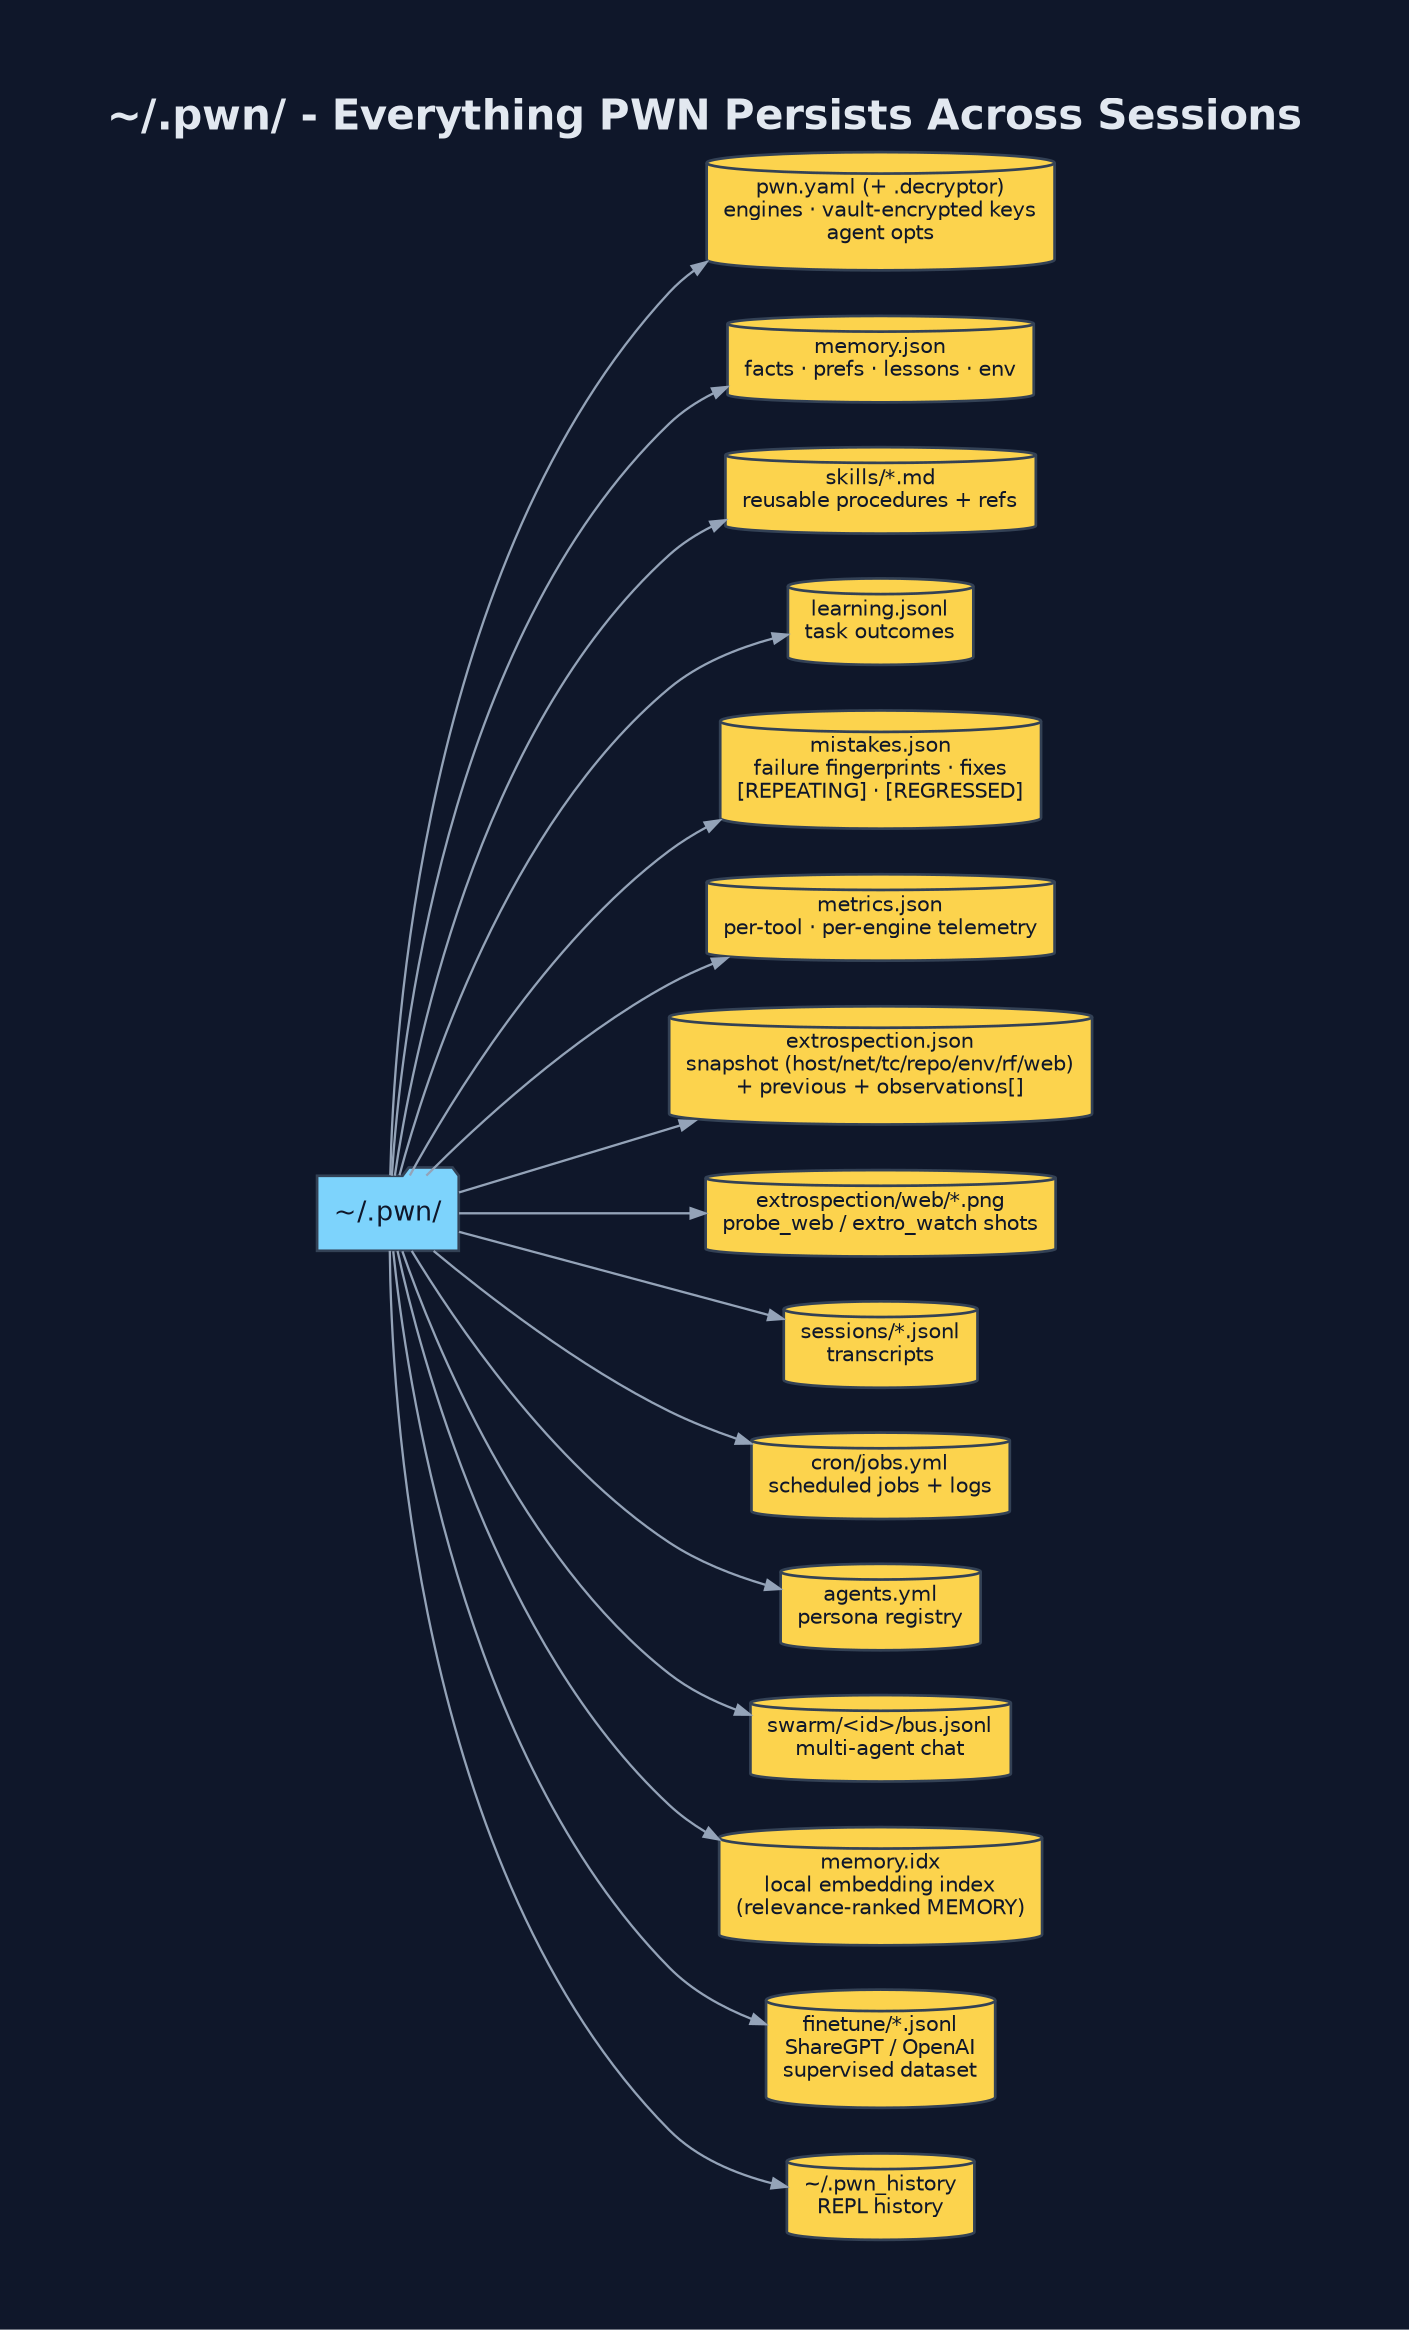
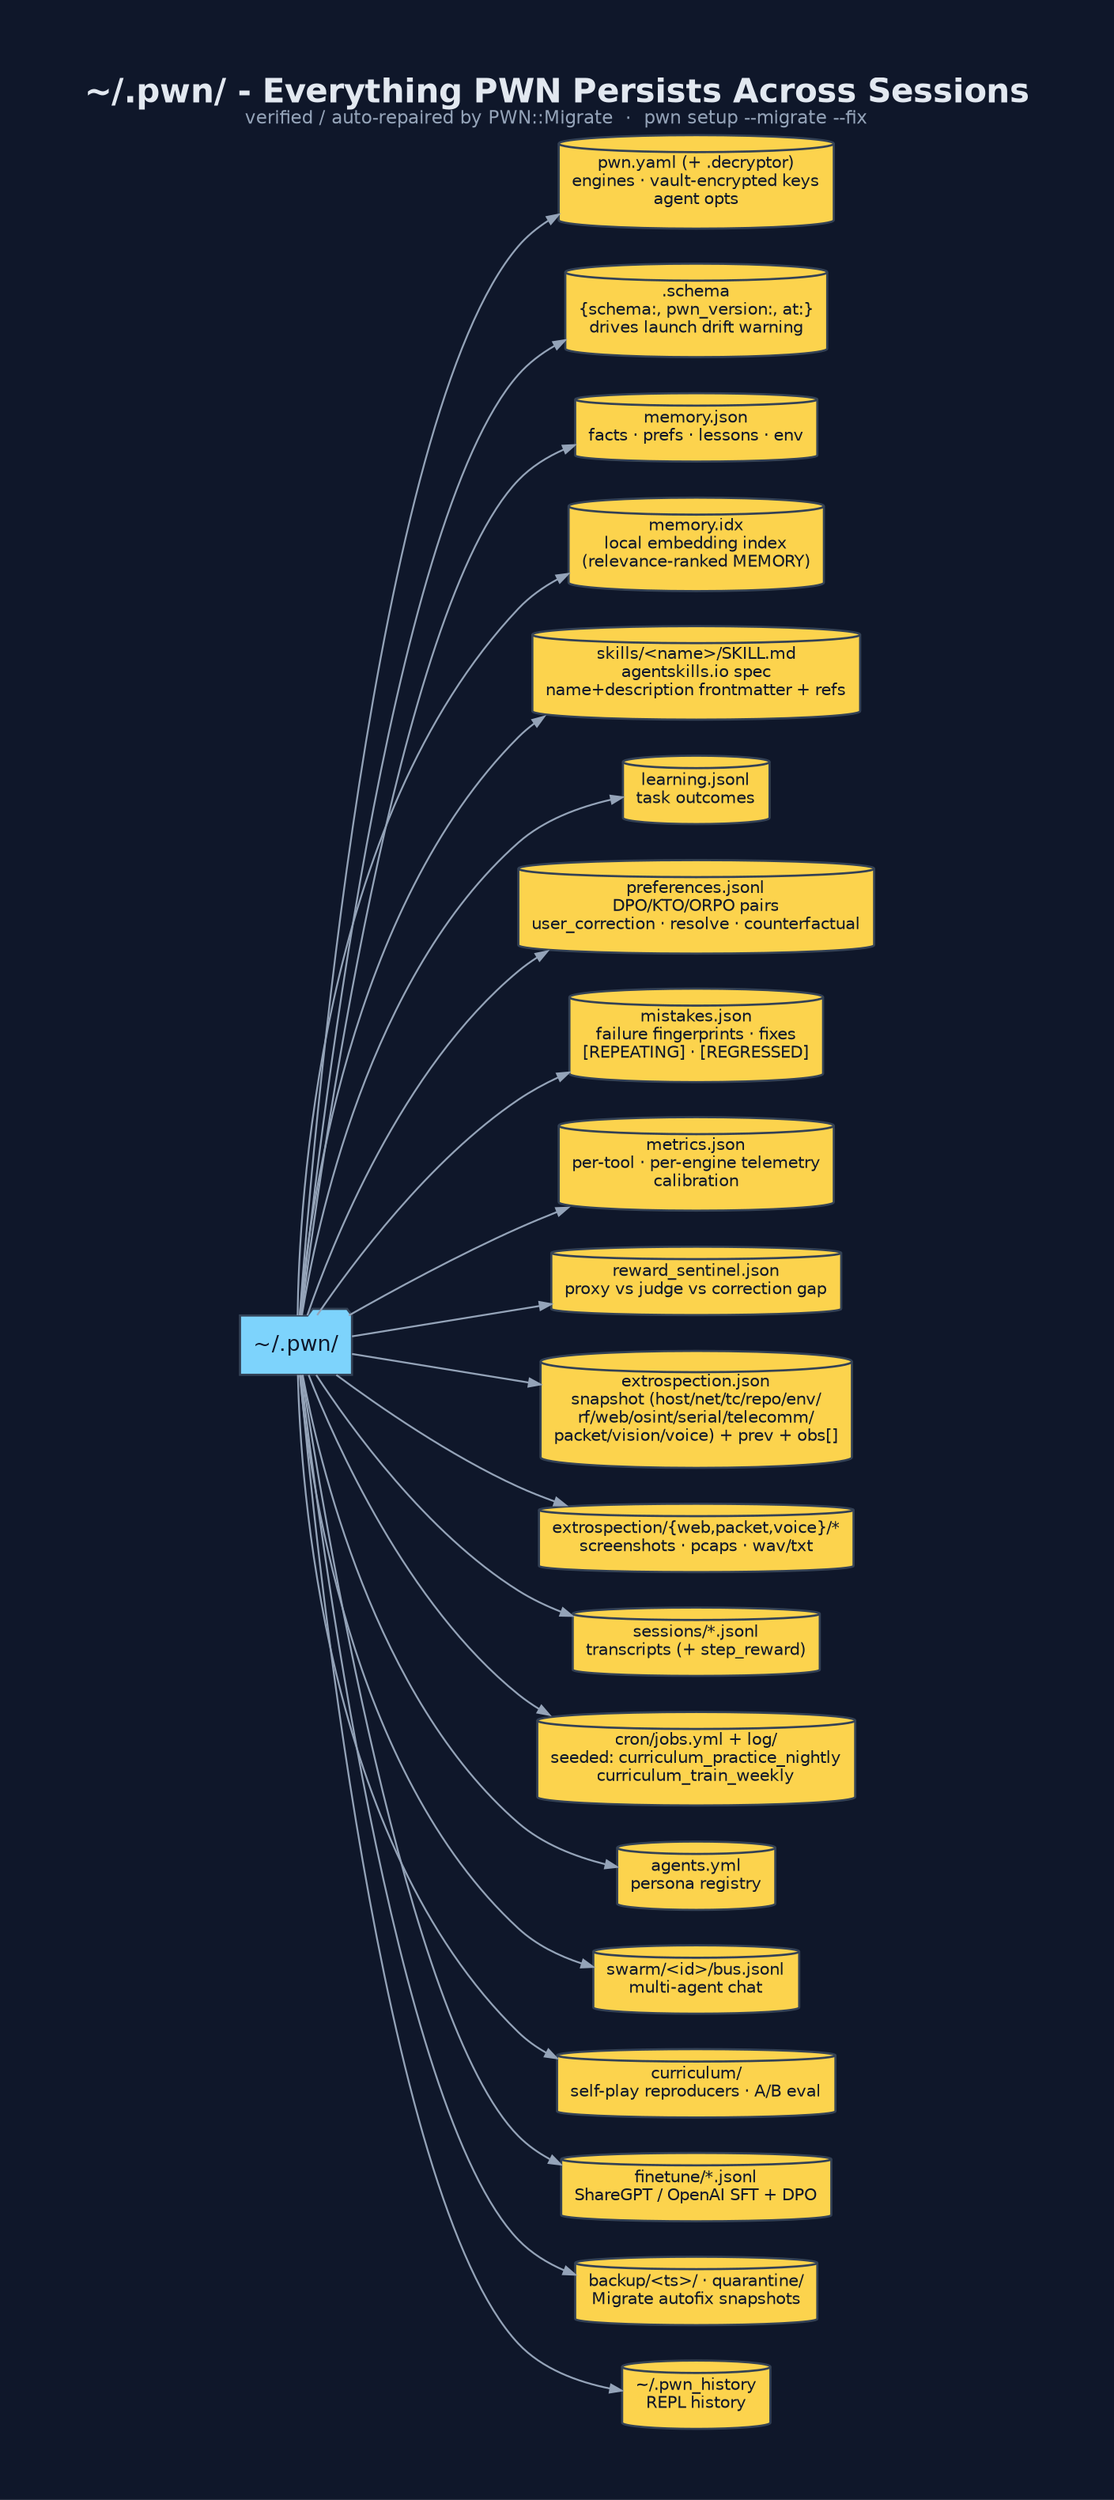
digraph "PWN_Persistence" {
  graph [
-     label=<<B>~/.pwn/ - Everything PWN Persists Across Sessions</B>>,
+     label=<<B>~/.pwn/ - Everything PWN Persists Across Sessions</B><BR/><FONT POINT-SIZE="11" COLOR="#94a3b8">verified / auto-repaired by PWN::Migrate  ·  pwn setup --migrate --fix</FONT>>,
    labelloc=t, fontsize=20, fontname="Helvetica",
    rankdir=LR, splines=spline, nodesep=0.3, ranksep=1.4,
    bgcolor="#0f172a", fontcolor="#e2e8f0", pad=0.6, newrank=true
  ];
  node [fontname="Helvetica", fontsize=10, style="filled,rounded",
        shape=box, penwidth=1.3, color="#334155", fontcolor="#0f172a"];
  edge [color="#94a3b8", penwidth=1.1, arrowsize=0.7];

  Root [label="~/.pwn/", shape=folder, fillcolor="#7dd3fc", fontsize=13];

  node [shape=cylinder, fillcolor="#fcd34d"];
  cfg  [label="pwn.yaml (+ .decryptor)\nengines · vault-encrypted keys\nagent opts"];
+   schm [label=".schema\n{schema:, pwn_version:, at:}\ndrives launch drift warning"];
  mem  [label="memory.json\nfacts · prefs · lessons · env"];
-   skl  [label="skills/*.md\nreusable procedures + refs"];
+   midx [label="memory.idx\nlocal embedding index\n(relevance-ranked MEMORY)"];
+   skl  [label="skills/<name>/SKILL.md\nagentskills.io spec\nname+description frontmatter + refs"];
  lrn  [label="learning.jsonl\ntask outcomes"];
+   prf  [label="preferences.jsonl\nDPO/KTO/ORPO pairs\nuser_correction · resolve · counterfactual"];
  mis  [label="mistakes.json\nfailure fingerprints · fixes\n[REPEATING] · [REGRESSED]"];
-   met  [label="metrics.json\nper-tool · per-engine telemetry"];
-   ext  [label="extrospection.json\nsnapshot (host/net/tc/repo/env/rf/web)\n+ previous + observations[]"];
-   ews  [label="extrospection/web/*.png\nprobe_web / extro_watch shots"];
-   ses  [label="sessions/*.jsonl\ntranscripts"];
-   crn  [label="cron/jobs.yml\nscheduled jobs + logs"];
+   met  [label="metrics.json\nper-tool · per-engine telemetry\ncalibration"];
+   rws  [label="reward_sentinel.json\nproxy vs judge vs correction gap"];
+   ext  [label="extrospection.json\nsnapshot (host/net/tc/repo/env/\nrf/web/osint/serial/telecomm/\npacket/vision/voice) + prev + obs[]"];
+   eart [label="extrospection/{web,packet,voice}/*\nscreenshots · pcaps · wav/txt"];
+   ses  [label="sessions/*.jsonl\ntranscripts (+ step_reward)"];
+   crn  [label="cron/jobs.yml + log/\nseeded: curriculum_practice_nightly\ncurriculum_train_weekly"];
  agt  [label="agents.yml\npersona registry"];
  swm  [label="swarm/<id>/bus.jsonl\nmulti-agent chat"];
- midx [label="memory.idx\nlocal embedding index\n(relevance-ranked MEMORY)"];
- ftn  [label="finetune/*.jsonl\nShareGPT / OpenAI\nsupervised dataset"];
+   cur  [label="curriculum/\nself-play reproducers · A/B eval"];
+   ftn  [label="finetune/*.jsonl\nShareGPT / OpenAI SFT + DPO"];
+   bkp  [label="backup/<ts>/ · quarantine/\nMigrate autofix snapshots"];
  hist [label="~/.pwn_history\nREPL history"];

-   Root->cfg; Root->mem; Root->skl; Root->lrn; Root->mis; Root->met; Root->ext;
-   Root->ews; Root->ses; Root->crn; Root->agt; Root->swm; Root->midx; Root->ftn; Root->hist;
+   Root->cfg;  Root->schm; Root->mem;  Root->midx; Root->skl;  Root->lrn;
+   Root->prf;  Root->mis;  Root->met;  Root->rws;  Root->ext;  Root->eart;
+   Root->ses;  Root->crn;  Root->agt;  Root->swm;  Root->cur;  Root->ftn;
+   Root->bkp;  Root->hist;
}
